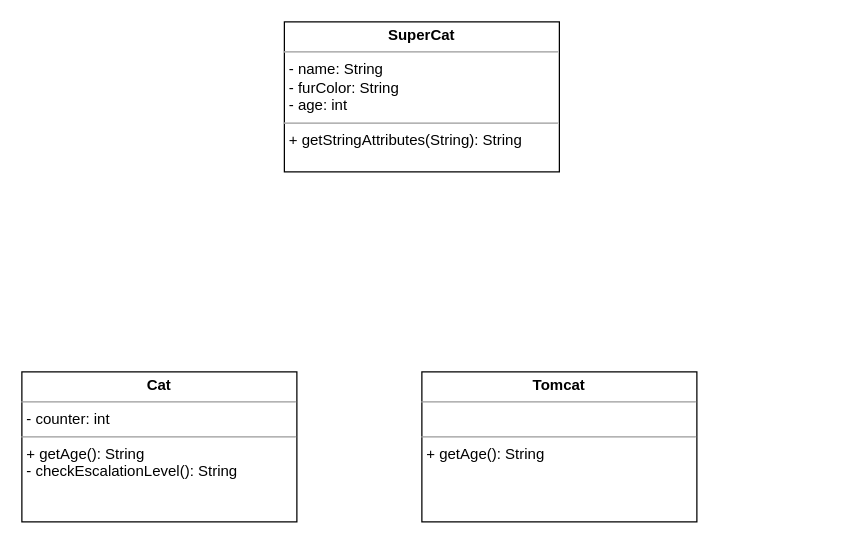
Above: page "Cat_Tomcat_1" (4 of 4) of cat.drawio in Isamu911/03a_Inheritance (draw.io), before the change. Source tidied: cells renumbered, new cells numbered last; positions are measured from the earlier drawing's top-left corner, leaving out a move shared by most shapes. Both pictures are drawn from the tidied source at 125%, with x=0, y=0 at pixel (21, 21).
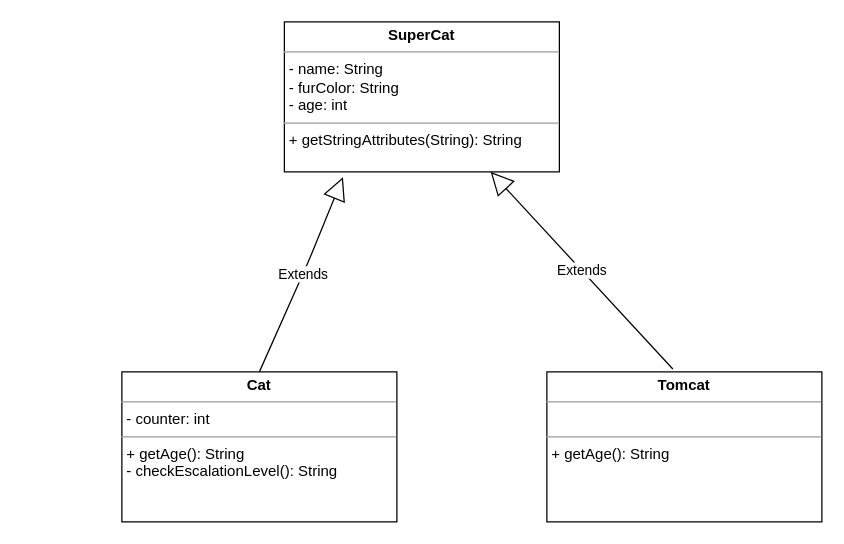
The same page after the edit.

Change to the diagram source:
```diff
@@
 <mxGraphModel>
   <root>
     <mxCell id="0" />
     <mxCell id="1" parent="0" />
     <mxCell id="2" value="&lt;p style=&quot;margin: 0px ; margin-top: 4px ; text-align: center&quot;&gt;&lt;b&gt;SuperCat&lt;/b&gt;&lt;/p&gt;&lt;hr size=&quot;1&quot;&gt;&lt;p style=&quot;margin: 0px ; margin-left: 4px&quot;&gt;- name: String&lt;/p&gt;&lt;p style=&quot;margin: 0px ; margin-left: 4px&quot;&gt;- furColor: String&lt;br&gt;&lt;/p&gt;&lt;p style=&quot;margin: 0px ; margin-left: 4px&quot;&gt;- age: int&lt;/p&gt;&lt;hr size=&quot;1&quot;&gt;&lt;p style=&quot;margin: 0px ; margin-left: 4px&quot;&gt;&lt;span&gt;+ getStringAttributes(String): String&lt;/span&gt;&lt;/p&gt;&lt;p style=&quot;margin: 0px ; margin-left: 4px&quot;&gt;&lt;span&gt;&lt;br&gt;&lt;/span&gt;&lt;/p&gt;&lt;p style=&quot;margin: 0px ; margin-left: 4px&quot;&gt;&lt;span&gt;&lt;br&gt;&lt;/span&gt;&lt;/p&gt;&lt;p style=&quot;margin: 0px ; margin-left: 4px&quot;&gt;&lt;br&gt;&lt;/p&gt;" style="verticalAlign=top;align=left;overflow=fill;fontSize=12;fontFamily=Helvetica;html=1;" parent="1" vertex="1">
       <mxGeometry x="210" width="220" height="120" as="geometry" />
     </mxCell>
     <mxCell id="3" value="&lt;p style=&quot;margin: 0px ; margin-top: 4px ; text-align: center&quot;&gt;&lt;b&gt;Tomcat&lt;/b&gt;&lt;/p&gt;&lt;hr size=&quot;1&quot;&gt;&lt;p style=&quot;margin: 0px ; margin-left: 4px&quot;&gt;&lt;br&gt;&lt;/p&gt;&lt;hr size=&quot;1&quot;&gt;&lt;p style=&quot;margin: 0px ; margin-left: 4px&quot;&gt;&lt;span&gt;+ getAge(): String&lt;/span&gt;&lt;br&gt;&lt;/p&gt;&lt;p style=&quot;margin: 0px ; margin-left: 4px&quot;&gt;&lt;br&gt;&lt;/p&gt;" style="verticalAlign=top;align=left;overflow=fill;fontSize=12;fontFamily=Helvetica;html=1;" parent="1" vertex="1">
-      <mxGeometry x="320" y="280" width="220" height="120" as="geometry" />
+      <mxGeometry x="420" y="280" width="220" height="120" as="geometry" />
     </mxCell>
     <mxCell id="4" value="&lt;p style=&quot;margin: 0px ; margin-top: 4px ; text-align: center&quot;&gt;&lt;b&gt;Cat&lt;/b&gt;&lt;/p&gt;&lt;hr size=&quot;1&quot;&gt;&lt;p style=&quot;margin: 0px ; margin-left: 4px&quot;&gt;&lt;span&gt;- counter: int&lt;/span&gt;&lt;br&gt;&lt;/p&gt;&lt;hr size=&quot;1&quot;&gt;&lt;p style=&quot;margin: 0px ; margin-left: 4px&quot;&gt;&lt;span&gt;+ getAge(): String&lt;/span&gt;&lt;br&gt;&lt;/p&gt;&lt;p style=&quot;margin: 0px ; margin-left: 4px&quot;&gt;- checkEscalationLevel(): String&lt;br&gt;&lt;/p&gt;" style="verticalAlign=top;align=left;overflow=fill;fontSize=12;fontFamily=Helvetica;html=1;" parent="1" vertex="1">
-      <mxGeometry y="280" width="220" height="120" as="geometry" />
+      <mxGeometry x="80" y="280" width="220" height="120" as="geometry" />
     </mxCell>
+    <mxCell id="5" value="Extends" style="endArrow=block;endSize=16;endFill=0;html=1;exitX=0.5;exitY=0;exitDx=0;exitDy=0;entryX=0.213;entryY=1.035;entryDx=0;entryDy=0;entryPerimeter=0;" parent="1" edge="1" source="4" target="2">
+      <mxGeometry relative="1" as="geometry">
+        <Array as="points">
+          <mxPoint x="230" y="190" />
+        </Array>
+      </mxGeometry>
+    </mxCell>
+    <mxCell id="6" value="Extends" style="endArrow=block;endSize=16;endFill=0;html=1;entryX=0.75;entryY=1;entryDx=0;entryDy=0;exitX=0.458;exitY=-0.019;exitDx=0;exitDy=0;exitPerimeter=0;" parent="1" edge="1" source="3" target="2">
+      <mxGeometry relative="1" as="geometry" />
+    </mxCell>
   </root>
 </mxGraphModel>
```
